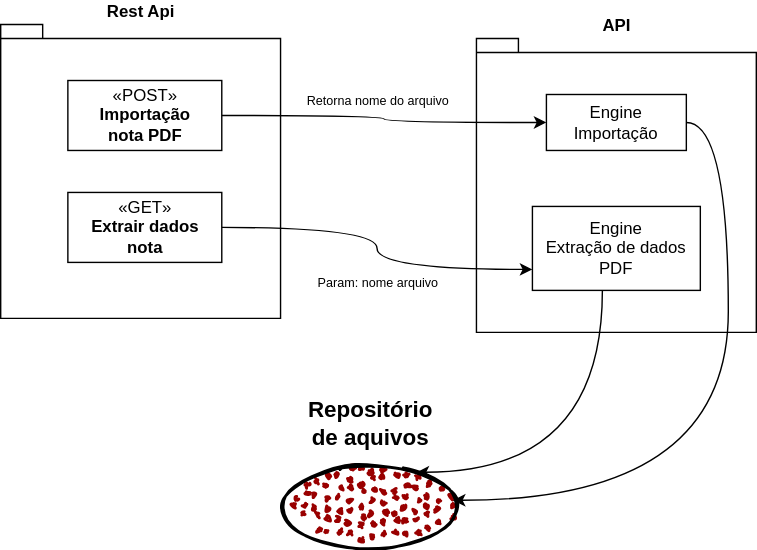
Daivdson/irpf keeps this draw.io diagram as docs/fluxo-importacao.svg. Above is the earlier version. Source tidied: cells renumbered, new cells last; positions are measured from the earlier drawing's top-left corner, leaving out a move shared by most shapes.
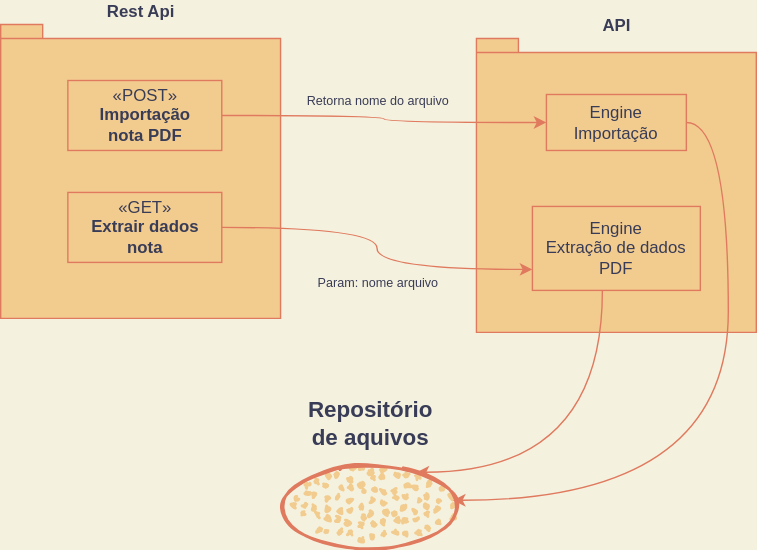
The same diagram one commit later.

Commit message:
Alterando style do fluxo

Change to the diagram source:
```diff
@@ -1,26 +1,26 @@
-<mxGraphModel background="#FFFFFF">
+<mxGraphModel background="#F4F1DE">
   <root>
     <mxCell id="0" />
     <mxCell id="1" parent="0" />
-    <mxCell id="2" value="API" style="shape=folder;fontStyle=1;spacingTop=10;tabWidth=30;tabHeight=10;tabPosition=left;html=1;labelPosition=center;verticalLabelPosition=top;align=center;verticalAlign=bottom;" parent="1" vertex="1">
+    <mxCell id="2" value="API" style="shape=folder;fontStyle=1;spacingTop=10;tabWidth=30;tabHeight=10;tabPosition=left;html=1;labelPosition=center;verticalLabelPosition=top;align=center;verticalAlign=bottom;fillColor=#F2CC8F;strokeColor=#E07A5F;fontColor=#393C56;" parent="1" vertex="1">
       <mxGeometry x="340" y="10" width="200" height="210" as="geometry" />
     </mxCell>
-    <mxCell id="3" value="Rest Api" style="shape=folder;fontStyle=1;spacingTop=10;tabWidth=30;tabHeight=10;tabPosition=left;html=1;labelPosition=center;verticalLabelPosition=top;align=center;verticalAlign=bottom;textDirection=rtl;" parent="1" vertex="1">
+    <mxCell id="3" value="Rest Api" style="shape=folder;fontStyle=1;spacingTop=10;tabWidth=30;tabHeight=10;tabPosition=left;html=1;labelPosition=center;verticalLabelPosition=top;align=center;verticalAlign=bottom;textDirection=rtl;fillColor=#F2CC8F;strokeColor=#E07A5F;fontColor=#393C56;" parent="1" vertex="1">
       <mxGeometry width="200" height="210" as="geometry" />
     </mxCell>
-    <mxCell id="4" style="edgeStyle=orthogonalEdgeStyle;curved=1;rounded=0;jettySize=auto;html=1;fontSize=9;" parent="1" edge="1" source="5" target="9">
+    <mxCell id="4" style="edgeStyle=orthogonalEdgeStyle;curved=1;rounded=0;jettySize=auto;html=1;fontSize=9;strokeColor=#E07A5F;fontColor=#393C56;labelBackgroundColor=#F4F1DE;" parent="1" edge="1" source="5" target="9">
       <mxGeometry relative="1" as="geometry" />
     </mxCell>
-    <mxCell id="5" value="«POST»&lt;br&gt;&lt;b&gt;Importação&lt;br&gt;nota PDF&lt;br&gt;&lt;/b&gt;" style="html=1;" parent="1" vertex="1">
+    <mxCell id="5" value="«POST»&lt;br&gt;&lt;b&gt;Importação&lt;br&gt;nota PDF&lt;br&gt;&lt;/b&gt;" style="html=1;fillColor=#F2CC8F;strokeColor=#E07A5F;fontColor=#393C56;" parent="1" vertex="1">
       <mxGeometry x="48" y="40" width="110" height="50" as="geometry" />
     </mxCell>
-    <mxCell id="6" style="ellipse;whiteSpace=wrap;html=1;strokeWidth=2;fillWeight=2;hachureGap=8;fillColor=#990000;fillStyle=dots;sketch=1;" parent="1" vertex="1">
+    <mxCell id="6" style="ellipse;whiteSpace=wrap;html=1;strokeWidth=2;fillWeight=2;hachureGap=8;fillColor=#F2CC8F;fillStyle=dots;sketch=1;strokeColor=#E07A5F;fontColor=#393C56;" parent="1" vertex="1">
       <mxGeometry x="204" y="315" width="120" height="60" as="geometry" />
     </mxCell>
-    <mxCell id="7" value="&lt;div style=&quot;font-size: 16px&quot;&gt;&lt;font style=&quot;font-size: 16px&quot;&gt;Repositório&lt;/font&gt;&lt;/div&gt;&lt;div style=&quot;font-size: 16px&quot;&gt;&lt;font style=&quot;font-size: 16px&quot;&gt;de aquivos&lt;/font&gt;&lt;/div&gt;" style="text;strokeColor=none;fillColor=none;html=1;fontSize=24;fontStyle=1;verticalAlign=middle;align=center;strokeWidth=1;" parent="1" vertex="1">
+    <mxCell id="7" value="&lt;div style=&quot;font-size: 16px&quot;&gt;&lt;font style=&quot;font-size: 16px&quot;&gt;Repositório&lt;/font&gt;&lt;/div&gt;&lt;div style=&quot;font-size: 16px&quot;&gt;&lt;font style=&quot;font-size: 16px&quot;&gt;de aquivos&lt;/font&gt;&lt;/div&gt;" style="text;strokeColor=none;fillColor=none;html=1;fontSize=24;fontStyle=1;verticalAlign=middle;align=center;strokeWidth=1;fontColor=#393C56;" parent="1" vertex="1">
       <mxGeometry x="214" y="260" width="100" height="50" as="geometry" />
     </mxCell>
-    <mxCell id="8" style="edgeStyle=orthogonalEdgeStyle;rounded=0;jettySize=auto;html=1;fontSize=16;curved=1;" parent="1" edge="1" source="9" target="6">
+    <mxCell id="8" style="edgeStyle=orthogonalEdgeStyle;rounded=0;jettySize=auto;html=1;fontSize=16;curved=1;strokeColor=#E07A5F;fontColor=#393C56;labelBackgroundColor=#F4F1DE;" parent="1" edge="1" source="9" target="6">
       <mxGeometry relative="1" as="geometry">
         <Array as="points">
           <mxPoint x="520" y="70" />
@@ -28,29 +28,29 @@
         </Array>
       </mxGeometry>
     </mxCell>
-    <mxCell id="9" value="Engine&lt;br&gt;Importação" style="whiteSpace=wrap;html=1;" parent="1" vertex="1">
+    <mxCell id="9" value="Engine&lt;br&gt;Importação" style="whiteSpace=wrap;html=1;fillColor=#F2CC8F;strokeColor=#E07A5F;fontColor=#393C56;" parent="1" vertex="1">
       <mxGeometry x="390" y="50" width="100" height="40" as="geometry" />
     </mxCell>
-    <mxCell id="10" style="edgeStyle=orthogonalEdgeStyle;rounded=0;jettySize=auto;html=1;entryX=0;entryY=0.75;entryDx=0;entryDy=0;fontSize=16;curved=1;" parent="1" edge="1" source="11" target="13">
+    <mxCell id="10" style="edgeStyle=orthogonalEdgeStyle;rounded=0;jettySize=auto;html=1;entryX=0;entryY=0.75;entryDx=0;entryDy=0;fontSize=16;curved=1;strokeColor=#E07A5F;fontColor=#393C56;labelBackgroundColor=#F4F1DE;" parent="1" edge="1" source="11" target="13">
       <mxGeometry relative="1" as="geometry" />
     </mxCell>
-    <mxCell id="11" value="«GET»&lt;br&gt;&lt;div&gt;&lt;b&gt;Extrair dados&lt;/b&gt;&lt;/div&gt;&lt;div&gt;&lt;b&gt;nota&lt;br&gt;&lt;/b&gt;&lt;/div&gt;" style="html=1;" parent="1" vertex="1">
+    <mxCell id="11" value="«GET»&lt;br&gt;&lt;div&gt;&lt;b&gt;Extrair dados&lt;/b&gt;&lt;/div&gt;&lt;div&gt;&lt;b&gt;nota&lt;br&gt;&lt;/b&gt;&lt;/div&gt;" style="html=1;fillColor=#F2CC8F;strokeColor=#E07A5F;fontColor=#393C56;" parent="1" vertex="1">
       <mxGeometry x="48" y="120" width="110" height="50" as="geometry" />
     </mxCell>
-    <mxCell id="12" style="edgeStyle=orthogonalEdgeStyle;rounded=0;jettySize=auto;html=1;fontSize=16;curved=1;" parent="1" edge="1" source="13" target="6">
+    <mxCell id="12" style="edgeStyle=orthogonalEdgeStyle;rounded=0;jettySize=auto;html=1;fontSize=16;curved=1;strokeColor=#E07A5F;fontColor=#393C56;labelBackgroundColor=#F4F1DE;" parent="1" edge="1" source="13" target="6">
       <mxGeometry relative="1" as="geometry">
         <Array as="points">
           <mxPoint x="430" y="320" />
         </Array>
       </mxGeometry>
     </mxCell>
-    <mxCell id="13" value="Engine&lt;br&gt;Extração de dados PDF" style="whiteSpace=wrap;html=1;" parent="1" vertex="1">
+    <mxCell id="13" value="Engine&lt;br&gt;Extração de dados PDF" style="whiteSpace=wrap;html=1;fillColor=#F2CC8F;strokeColor=#E07A5F;fontColor=#393C56;" parent="1" vertex="1">
       <mxGeometry x="380" y="130" width="120" height="60" as="geometry" />
     </mxCell>
-    <mxCell id="14" value="Retorna nome do arquivo" style="text;html=1;strokeColor=none;fillColor=none;align=center;verticalAlign=middle;whiteSpace=wrap;rounded=0;fontSize=9;" parent="1" vertex="1">
+    <mxCell id="14" value="Retorna nome do arquivo" style="text;html=1;strokeColor=none;fillColor=none;align=center;verticalAlign=middle;whiteSpace=wrap;rounded=0;fontSize=9;fontColor=#393C56;" parent="1" vertex="1">
       <mxGeometry x="210" y="40" width="120" height="30" as="geometry" />
     </mxCell>
-    <mxCell id="15" value="Param: nome arquivo" style="text;html=1;strokeColor=none;fillColor=none;align=center;verticalAlign=middle;whiteSpace=wrap;rounded=0;fontSize=9;" parent="1" vertex="1">
+    <mxCell id="15" value="Param: nome arquivo" style="text;html=1;strokeColor=none;fillColor=none;align=center;verticalAlign=middle;whiteSpace=wrap;rounded=0;fontSize=9;fontColor=#393C56;" parent="1" vertex="1">
       <mxGeometry x="210" y="170" width="120" height="30" as="geometry" />
     </mxCell>
   </root>
```
